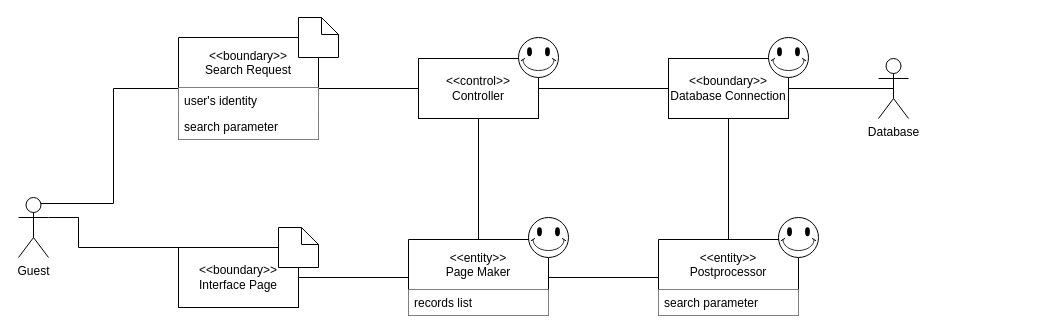
This is docs/DomainModels/diagrams/DM-UC-08.drawio from youngkwon02/Enhanced-library-management, a draw.io file, before an edit. Source tidied: cells renumbered, new cells numbered last; positions are measured from the earlier drawing's top-left corner, leaving out a move shared by most shapes. Both pictures are drawn from the tidied source at 100%, with x=0, y=0 at pixel (18, 17).
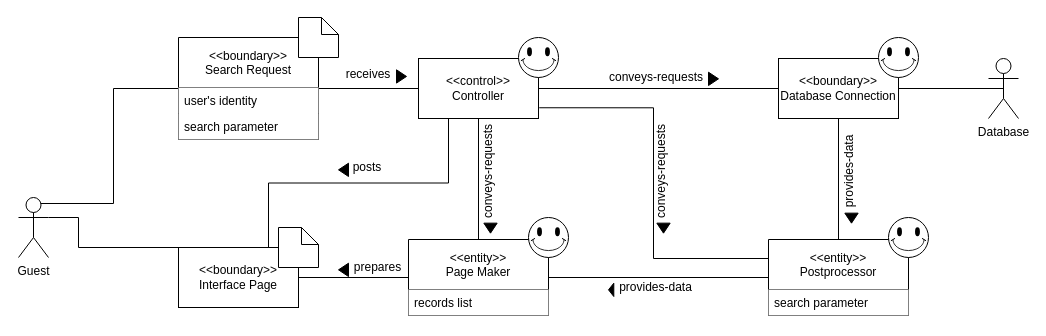
The same page after the edit.

The change refers to these unchanged cells:
```xml
<mxCell id="3" value="&amp;lt;&amp;lt;control&amp;gt;&amp;gt;&lt;br&gt;Controller" style="rounded=0;whiteSpace=wrap;html=1;" parent="1" vertex="1">
  <mxGeometry x="400" y="41" width="120" height="60" as="geometry" />
</mxCell>
<mxCell id="5" value="&amp;lt;&amp;lt;boundary&amp;gt;&amp;gt;&lt;br&gt;Interface Page" style="rounded=0;whiteSpace=wrap;html=1;" parent="1" vertex="1">
  <mxGeometry x="160" y="230" width="120" height="60" as="geometry" />
</mxCell>
<mxCell id="21" value="&lt;&lt;entity&gt;&gt;&#10;Page Maker" style="swimlane;fontStyle=0;horizontal=1;startSize=50;" parent="1" vertex="1">
  <mxGeometry x="390" y="222" width="140" height="76" as="geometry" />
</mxCell>
```

What changed in the source:
```diff
@@
+    <mxCell id="29" style="edgeStyle=orthogonalEdgeStyle;rounded=0;jettySize=auto;html=1;entryX=0;entryY=0.25;entryDx=0;entryDy=0;startArrow=none;startFill=0;endArrow=none;endFill=0;exitX=1.006;exitY=0.821;exitDx=0;exitDy=0;exitPerimeter=0;" parent="1" edge="1" source="3" target="18">
+      <mxGeometry relative="1" as="geometry" />
+    </mxCell>
+    <mxCell id="30" style="edgeStyle=orthogonalEdgeStyle;rounded=0;jettySize=auto;html=1;entryX=0.75;entryY=0;entryDx=0;entryDy=0;startArrow=none;startFill=0;endArrow=none;endFill=0;exitX=0.25;exitY=1;exitDx=0;exitDy=0;" parent="1" edge="1" source="3" target="5">
+      <mxGeometry relative="1" as="geometry" />
+    </mxCell>
@@
-    <mxCell id="4" style="edgeStyle=orthogonalEdgeStyle;rounded=0;jettySize=auto;html=1;exitX=1;exitY=0.5;exitDx=0;exitDy=0;entryX=0;entryY=0.5;entryDx=0;entryDy=0;endArrow=none;endFill=0;" parent="1" edge="1" source="5" target="21">
+    <mxCell id="4" style="edgeStyle=orthogonalEdgeStyle;rounded=0;jettySize=auto;html=1;exitX=1;exitY=0.5;exitDx=0;exitDy=0;entryX=0;entryY=0.5;entryDx=0;entryDy=0;endArrow=none;endFill=0;startArrow=none;startFill=0;" parent="1" edge="1" source="5" target="21">
       <mxGeometry relative="1" as="geometry" />
     </mxCell>
@@
     <mxCell id="8" value="&amp;lt;&amp;lt;boundary&amp;gt;&amp;gt;&lt;br&gt;Database Connection" style="rounded=0;whiteSpace=wrap;html=1;" parent="1" vertex="1">
-      <mxGeometry x="650" y="41" width="120" height="60" as="geometry" />
+      <mxGeometry x="760" y="41" width="120" height="60" as="geometry" />
     </mxCell>
@@
     <mxCell id="10" value="Database" style="shape=umlActor;verticalLabelPosition=bottom;verticalAlign=top;html=1;outlineConnect=0;" parent="1" vertex="1">
-      <mxGeometry x="860" y="41" width="30" height="60" as="geometry" />
+      <mxGeometry x="970" y="41" width="30" height="60" as="geometry" />
     </mxCell>
@@
     <mxCell id="18" value="&lt;&lt;entity&gt;&gt;&#10;Postprocessor" style="swimlane;fontStyle=0;horizontal=1;startSize=50;" parent="1" vertex="1">
-      <mxGeometry x="640" y="222" width="140" height="76" as="geometry" />
+      <mxGeometry x="750" y="222" width="140" height="76" as="geometry" />
     </mxCell>
@@
     <mxCell id="25" style="verticalLabelPosition=bottom;verticalAlign=top;html=1;shape=mxgraph.basic.smiley;" parent="1" vertex="1">
-      <mxGeometry x="750" y="20" width="40" height="40" as="geometry" />
+      <mxGeometry x="860" y="20" width="40" height="40" as="geometry" />
     </mxCell>
     <mxCell id="26" style="verticalLabelPosition=bottom;verticalAlign=top;html=1;shape=mxgraph.basic.smiley;" parent="1" vertex="1">
-      <mxGeometry x="760" y="200" width="40" height="40" as="geometry" />
+      <mxGeometry x="870" y="200" width="40" height="40" as="geometry" />
     </mxCell>
@@
+    <mxCell id="31" value="receives" style="text;html=1;strokeColor=none;fillColor=none;align=center;verticalAlign=middle;whiteSpace=wrap;rounded=0;" parent="1" vertex="1">
+      <mxGeometry x="330" y="46.7" width="40" height="20" as="geometry" />
+    </mxCell>
+    <mxCell id="32" style="triangle;whiteSpace=wrap;html=1;fillColor=#000000;" parent="1" vertex="1">
+      <mxGeometry x="378" y="52.3" width="10" height="13.3" as="geometry" />
+    </mxCell>
+    <mxCell id="33" value="conveys-requests" style="text;html=1;strokeColor=none;fillColor=none;align=center;verticalAlign=middle;whiteSpace=wrap;rounded=0;" parent="1" vertex="1">
+      <mxGeometry x="588" y="50" width="100" height="20" as="geometry" />
+    </mxCell>
+    <mxCell id="34" style="triangle;whiteSpace=wrap;html=1;fillColor=#000000;" parent="1" vertex="1">
+      <mxGeometry x="690" y="54.7" width="10" height="13.3" as="geometry" />
+    </mxCell>
+    <mxCell id="35" style="group;rotation=90;" parent="1" vertex="1">
+      <mxGeometry x="590" y="150" width="112" height="20" as="geometry" />
+    </mxCell>
+    <mxCell id="36" value="conveys-requests" style="text;html=1;strokeColor=none;fillColor=none;align=center;verticalAlign=middle;whiteSpace=wrap;rounded=0;rotation=-90;" parent="35" vertex="1">
+      <mxGeometry x="3" y="-6" width="100" height="20" as="geometry" />
+    </mxCell>
+    <mxCell id="37" style="triangle;whiteSpace=wrap;html=1;fillColor=#000000;rotation=90;" parent="35" vertex="1">
+      <mxGeometry x="50" y="54" width="10" height="13.3" as="geometry" />
+    </mxCell>
+    <mxCell id="38" style="group;rotation=90;" parent="1" vertex="1">
+      <mxGeometry x="417" y="150" width="112" height="20" as="geometry" />
+    </mxCell>
+    <mxCell id="39" value="conveys-requests" style="text;html=1;strokeColor=none;fillColor=none;align=center;verticalAlign=middle;whiteSpace=wrap;rounded=0;rotation=-90;" parent="38" vertex="1">
+      <mxGeometry x="3" y="-6" width="100" height="20" as="geometry" />
+    </mxCell>
+    <mxCell id="40" style="triangle;whiteSpace=wrap;html=1;fillColor=#000000;rotation=90;" parent="38" vertex="1">
+      <mxGeometry x="50" y="54" width="10" height="13.3" as="geometry" />
+    </mxCell>
+    <mxCell id="41" style="group;" parent="1" vertex="1">
+      <mxGeometry x="320" y="140" width="49" height="20" as="geometry" />
+    </mxCell>
+    <mxCell id="42" value="posts" style="text;html=1;strokeColor=none;fillColor=none;align=center;verticalAlign=middle;whiteSpace=wrap;rounded=0;" parent="41" vertex="1">
+      <mxGeometry x="9" width="40" height="20" as="geometry" />
+    </mxCell>
+    <mxCell id="43" style="triangle;whiteSpace=wrap;html=1;fillColor=#000000;rotation=-180;" parent="41" vertex="1">
+      <mxGeometry y="5.7" width="10" height="13.3" as="geometry" />
+    </mxCell>
+    <mxCell id="44" style="group;" parent="1" vertex="1">
+      <mxGeometry x="320" y="240" width="70" height="20" as="geometry" />
+    </mxCell>
+    <mxCell id="45" value="prepares" style="text;html=1;strokeColor=none;fillColor=none;align=center;verticalAlign=middle;whiteSpace=wrap;rounded=0;" parent="44" vertex="1">
+      <mxGeometry x="9" width="61" height="20" as="geometry" />
+    </mxCell>
+    <mxCell id="46" style="triangle;whiteSpace=wrap;html=1;fillColor=#000000;rotation=-180;" parent="44" vertex="1">
+      <mxGeometry y="5.7" width="10" height="13.3" as="geometry" />
+    </mxCell>
+    <mxCell id="47" style="group;" parent="1" vertex="1">
+      <mxGeometry x="590" y="260" width="90" height="20" as="geometry" />
+    </mxCell>
+    <mxCell id="48" value="provides-data" style="text;html=1;strokeColor=none;fillColor=none;align=center;verticalAlign=middle;whiteSpace=wrap;rounded=0;" parent="47" vertex="1">
+      <mxGeometry x="4.8" width="85.2" height="20" as="geometry" />
+    </mxCell>
+    <mxCell id="49" style="triangle;whiteSpace=wrap;html=1;fillColor=#000000;rotation=-180;" parent="47" vertex="1">
+      <mxGeometry y="5.7" width="5.3" height="13.3" as="geometry" />
+    </mxCell>
+    <mxCell id="50" style="group;rotation=90;" parent="1" vertex="1">
+      <mxGeometry x="778" y="140" width="112" height="20" as="geometry" />
+    </mxCell>
+    <mxCell id="51" value="provides-data" style="text;html=1;strokeColor=none;fillColor=none;align=center;verticalAlign=middle;whiteSpace=wrap;rounded=0;rotation=-90;" parent="50" vertex="1">
+      <mxGeometry x="3" y="4" width="100" height="20" as="geometry" />
+    </mxCell>
+    <mxCell id="52" style="triangle;whiteSpace=wrap;html=1;fillColor=#000000;rotation=90;" parent="50" vertex="1">
+      <mxGeometry x="50" y="54" width="10" height="13.3" as="geometry" />
+    </mxCell>
```
